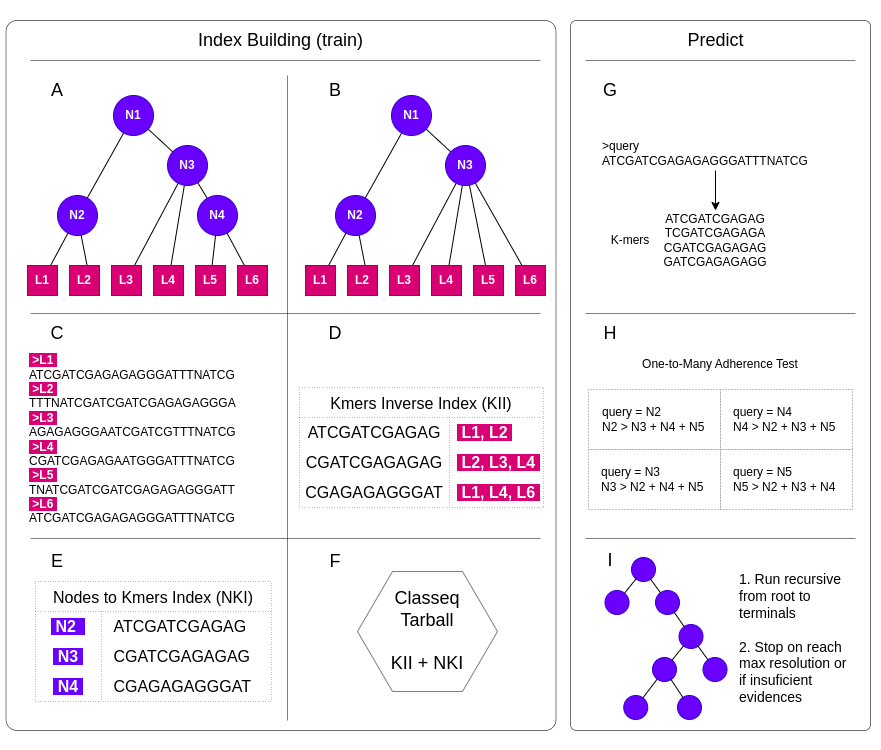
This is docs/drawio/classeq-main-comcepts.png from LepistaBioinformatics/classeq, a draw.io export, as it was before one commit. Source tidied: cells renumbered, new cells last; positions are measured from the earlier drawing's top-left corner, leaving out a move shared by most shapes.
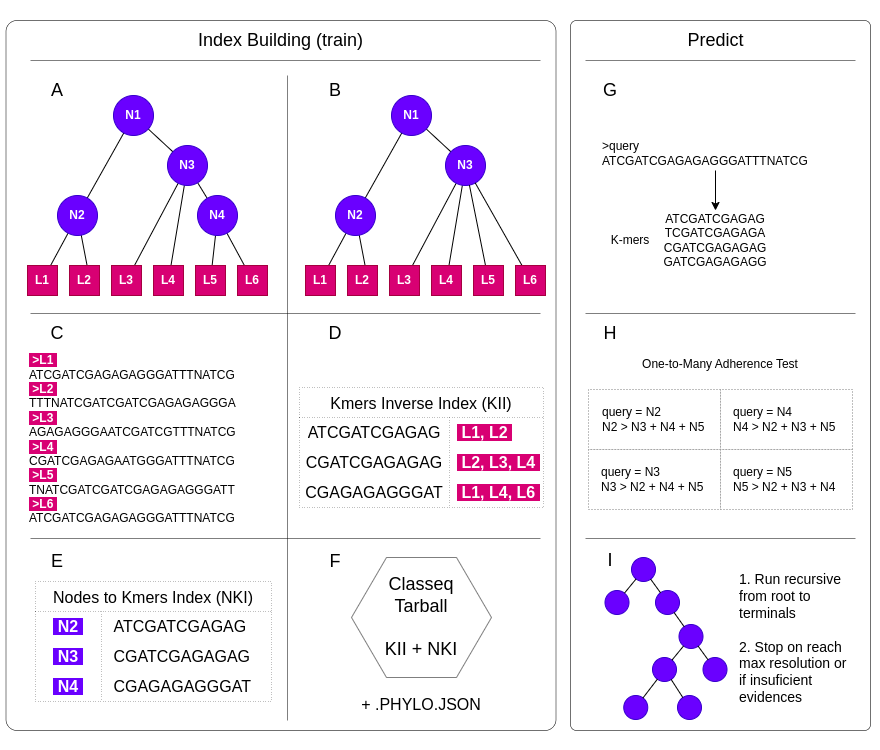
Above is the later version.

Commit message:
docs: upgrade drawio documentation and create the phylo json schema as a json file plus the yaml format

Change to the diagram source:
```diff
@@ -154,7 +154,7 @@
       <mxGeometry x="150" width="94" height="30" as="geometry" />
     </mxCell>
     <mxCell id="51" value="&lt;font style=&quot;font-size: 18px;&quot;&gt;Classeq&lt;br&gt;Tarball&lt;br&gt;&lt;br&gt;KII + NKI&lt;br&gt;&lt;/font&gt;" style="shape=mxgraph.bpmn.conversation;perimeter=hexagonPerimeter2;whiteSpace=wrap;html=1;bpmnConversationType=conv;strokeWidth=0.5;" parent="1" vertex="1">
-      <mxGeometry x="351" y="551" width="140" height="120" as="geometry" />
+      <mxGeometry x="345" y="537" width="140" height="120" as="geometry" />
     </mxCell>
     <mxCell id="52" style="endArrow=none;html=1;rounded=0;strokeWidth=0.5;" parent="1" edge="1">
       <mxGeometry relative="1" as="geometry">
@@ -168,7 +168,7 @@
     <mxCell id="54" style="shape=tableRow;horizontal=0;startSize=0;swimlaneHead=0;swimlaneBody=0;top=0;left=0;bottom=0;right=0;fillColor=none;strokeColor=inherit;fontSize=16;swimlaneFillColor=default;" parent="53" vertex="1">
       <mxGeometry y="30" width="236" height="30" as="geometry" />
     </mxCell>
-    <mxCell id="55" value="&lt;span style=&quot;background-color: rgb(106, 0, 255);&quot;&gt;&lt;font color=&quot;#ffffff&quot;&gt;&lt;b&gt;&amp;nbsp;N2&amp;nbsp;&amp;nbsp;&lt;/b&gt;&lt;/font&gt;&lt;/span&gt;" style="shape=partialRectangle;html=1;whiteSpace=wrap;fillColor=none;top=0;left=0;bottom=0;right=0;overflow=hidden;strokeColor=inherit;fontSize=16;" parent="54" vertex="1">
+    <mxCell id="55" value="&lt;span style=&quot;background-color: rgb(106, 0, 255);&quot;&gt;&lt;font color=&quot;#ffffff&quot;&gt;&lt;b&gt;&amp;nbsp;N2&amp;nbsp;&lt;/b&gt;&lt;/font&gt;&lt;/span&gt;" style="shape=partialRectangle;html=1;whiteSpace=wrap;fillColor=none;top=0;left=0;bottom=0;right=0;overflow=hidden;strokeColor=inherit;fontSize=16;" parent="54" vertex="1">
       <mxGeometry width="66" height="30" as="geometry" />
     </mxCell>
     <mxCell id="56" value="&amp;nbsp;ATCGATCGAGAG&amp;nbsp;" style="shape=partialRectangle;html=1;whiteSpace=wrap;fillColor=none;top=0;left=0;bottom=0;right=0;align=left;spacingLeft=6;overflow=hidden;strokeColor=inherit;fontSize=16;" parent="54" vertex="1">
@@ -354,5 +354,8 @@
     <mxCell id="110" value="query = N5&lt;br&gt;N5 &amp;gt; N2 + N3 + N4" style="text;html=1;strokeColor=none;fillColor=none;align=left;verticalAlign=middle;whiteSpace=wrap;rounded=0;" parent="1" vertex="1">
       <mxGeometry x="725" y="438.5" width="110" height="41" as="geometry" />
     </mxCell>
+    <mxCell id="111" value="&lt;font style=&quot;font-size: 16px;&quot;&gt;+ .PHYLO.JSON&lt;/font&gt;" style="text;html=1;strokeColor=none;fillColor=none;align=center;verticalAlign=middle;whiteSpace=wrap;rounded=0;" parent="1" vertex="1">
+      <mxGeometry x="326" y="669" width="178" height="30" as="geometry" />
+    </mxCell>
   </root>
 </mxGraphModel>
```
